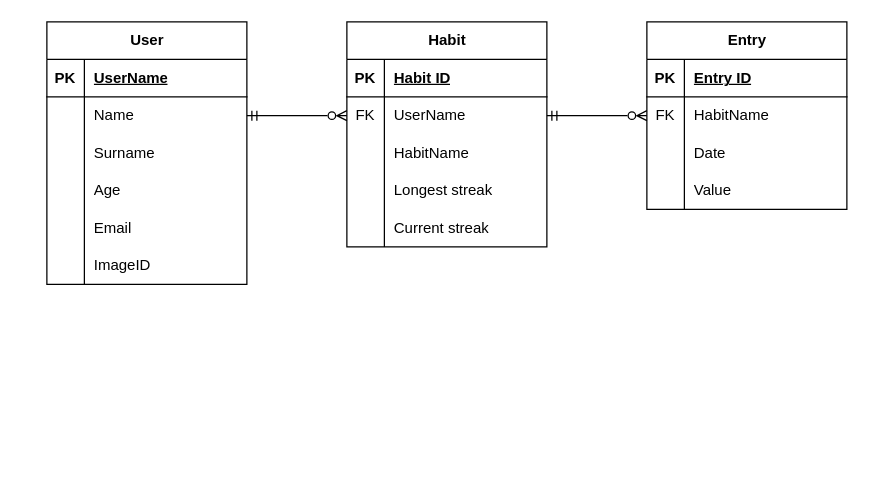
Above: ProjectWork/database/new_diagram.drawio in janwalec/Aarhus (draw.io), before the change. Source tidied: cells renumbered, new cells numbered last; positions are measured from the earlier drawing's top-left corner, leaving out a move shared by most shapes. Both pictures are drawn from the tidied source at 125%, with x=0, y=0 at pixel (46, 21).
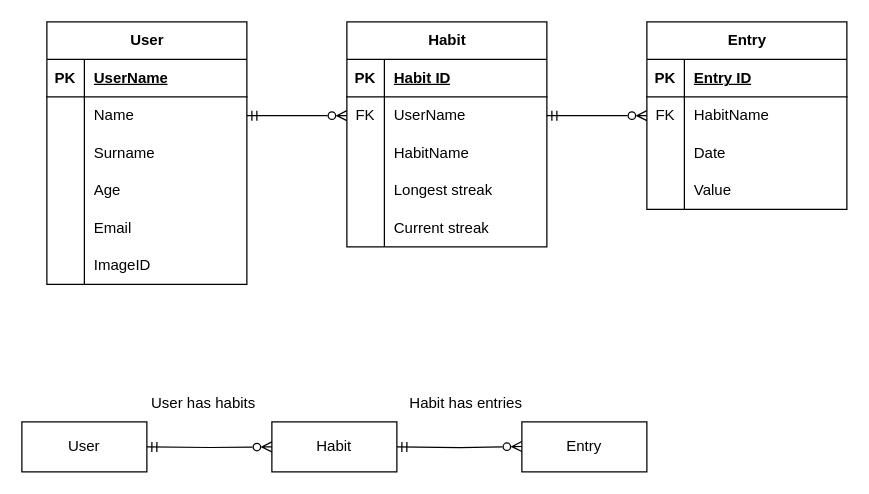
After the change.

The edit, as a diff of the source:
```diff
@@
+    <mxCell id="53" value="User" style="whiteSpace=wrap;html=1;align=center;" parent="1" vertex="1">
+      <mxGeometry x="-20" y="320" width="100" height="40" as="geometry" />
+    </mxCell>
+    <mxCell id="54" value="Habit" style="whiteSpace=wrap;html=1;align=center;" parent="1" vertex="1">
+      <mxGeometry x="180" y="320" width="100" height="40" as="geometry" />
+    </mxCell>
+    <mxCell id="55" value="Entry" style="whiteSpace=wrap;html=1;align=center;" parent="1" vertex="1">
+      <mxGeometry x="380" y="320" width="100" height="40" as="geometry" />
+    </mxCell>
+    <mxCell id="56" style="edgeStyle=orthogonalEdgeStyle;rounded=0;orthogonalLoop=1;jettySize=auto;html=1;entryX=0;entryY=0.5;entryDx=0;entryDy=0;endArrow=ERzeroToMany;endFill=0;startArrow=ERmandOne;startFill=0;" parent="1" edge="1">
+      <mxGeometry relative="1" as="geometry">
+        <mxPoint x="280" y="340" as="sourcePoint" />
+        <mxPoint x="380" y="339.7" as="targetPoint" />
+      </mxGeometry>
+    </mxCell>
+    <mxCell id="57" style="edgeStyle=orthogonalEdgeStyle;rounded=0;jettySize=auto;html=1;entryX=0;entryY=0.5;entryDx=0;entryDy=0;endArrow=ERzeroToMany;endFill=0;startArrow=ERmandOne;startFill=0;" parent="1" edge="1" target="54">
+      <mxGeometry relative="1" as="geometry">
+        <mxPoint x="80" y="340" as="sourcePoint" />
+      </mxGeometry>
+    </mxCell>
+    <mxCell id="58" value="User has habits" style="text;html=1;align=center;verticalAlign=middle;strokeColor=none;fillColor=none;" parent="1" vertex="1">
+      <mxGeometry x="70" y="290" width="110" height="30" as="geometry" />
+    </mxCell>
+    <mxCell id="59" value="Habit has entries" style="text;html=1;align=center;verticalAlign=middle;strokeColor=none;fillColor=none;" parent="1" vertex="1">
+      <mxGeometry x="280" y="290" width="110" height="30" as="geometry" />
+    </mxCell>
```
